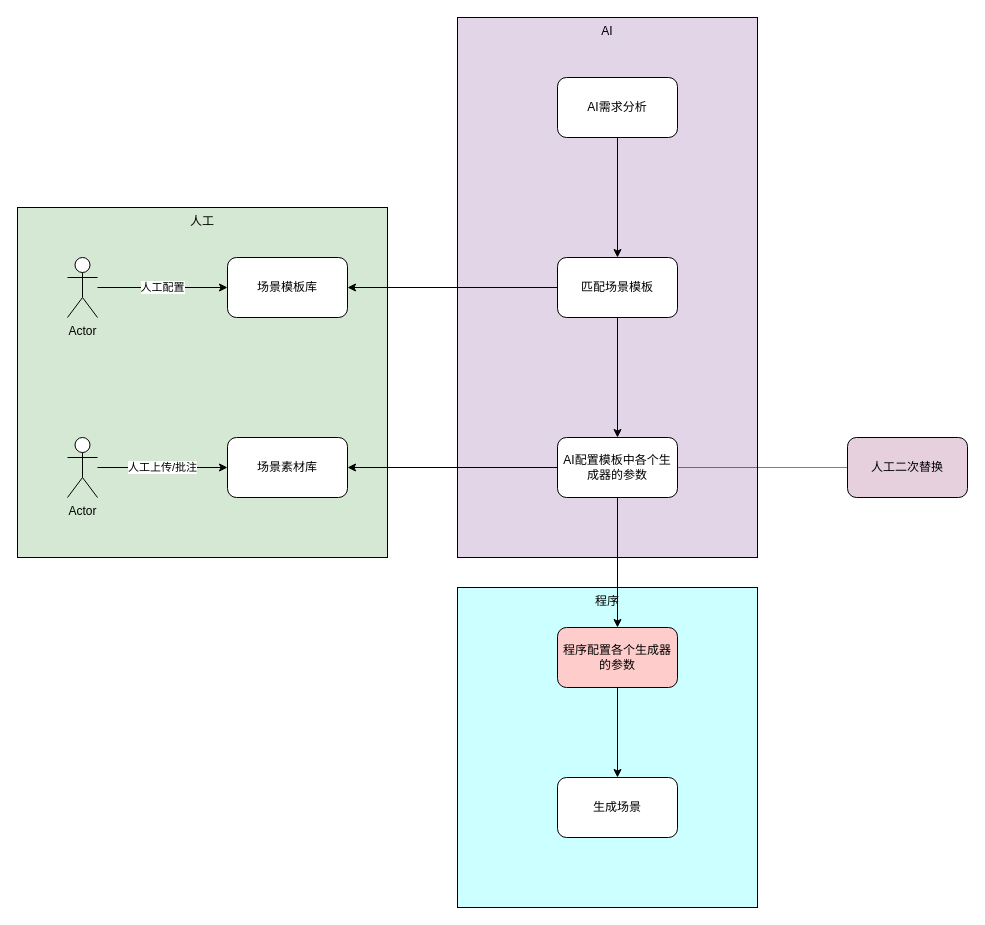
kwhitestone/drawio keeps this draw.io diagram as page "第 9 页" (9 of 9) of UE.drawio. Above is the earlier version. Source tidied: cells renumbered, new cells numbered last; positions are measured from the earlier drawing's top-left corner, leaving out a move shared by most shapes. Both pictures are drawn from the tidied source at 100%, with x=0, y=0 at pixel (17, 17).
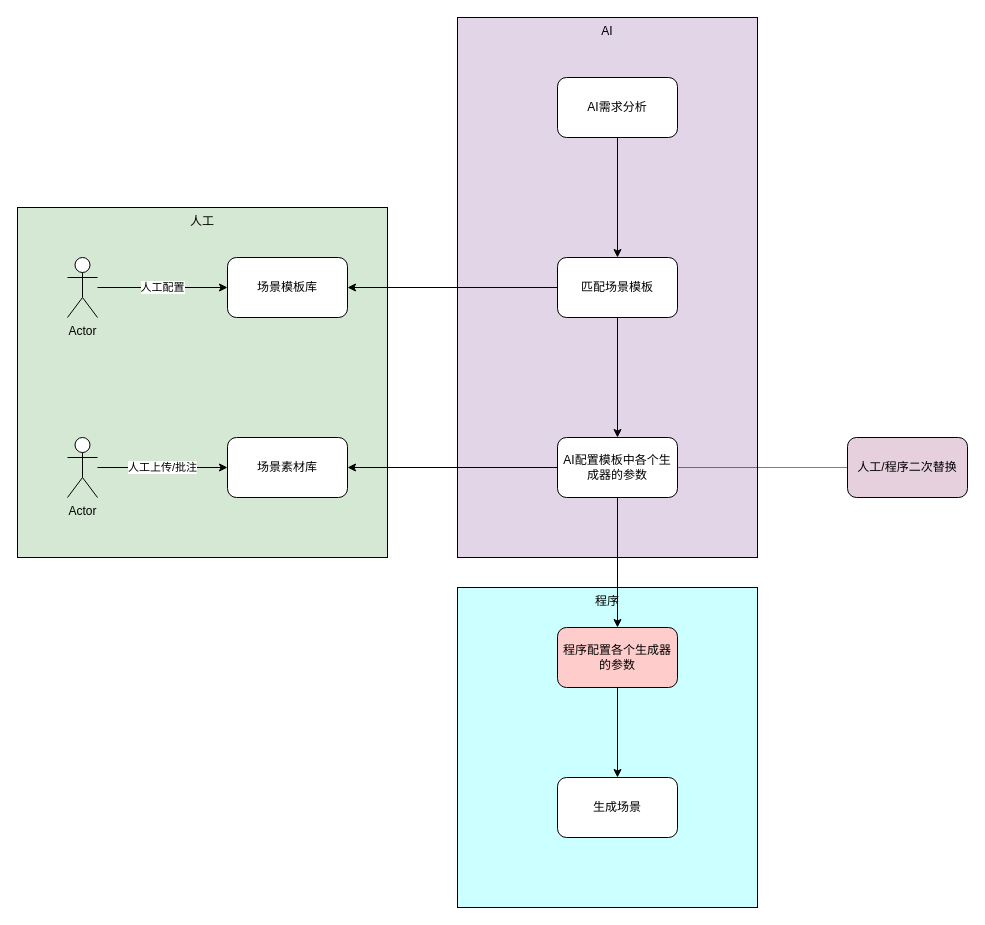
Above is the later version.

What changed in the source:
```diff
@@
-    <mxCell id="22" value="人工二次替换" style="rounded=1;whiteSpace=wrap;html=1;fillColor=light-dark(#E6D0DE,var(--ge-dark-color, #121212));" parent="1" vertex="1">
+    <mxCell id="22" value="人工/程序二次替换" style="rounded=1;whiteSpace=wrap;html=1;fillColor=light-dark(#E6D0DE,var(--ge-dark-color, #121212));" parent="1" vertex="1">
       <mxGeometry x="830" y="420" width="120" height="60" as="geometry" />
     </mxCell>
```
